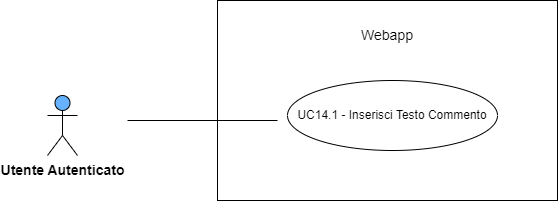
This is images/usecase/UC14_inserimentoTesto.png from Fawy01/Tesi, a draw.io export, as it was before one commit. Source tidied: cells renumbered, new cells last; positions are measured from the earlier drawing's top-left corner, leaving out a move shared by most shapes.
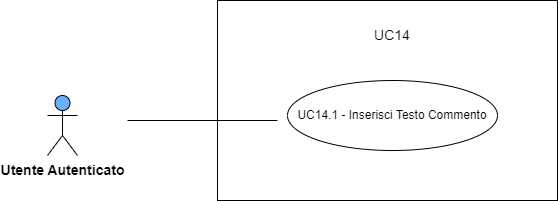
After the change.

What changed in the source:
```diff
@@ -5,8 +5,8 @@
     <mxCell id="2" style="html=1;whiteSpace=wrap;" parent="1" vertex="1">
       <mxGeometry x="170" width="340" height="200" as="geometry" />
     </mxCell>
-    <mxCell id="3" value="&lt;span style=&quot;font-size: 14px;&quot;&gt;Webapp&lt;/span&gt;" style="text;html=1;strokeColor=none;fillColor=none;align=center;verticalAlign=middle;whiteSpace=wrap;rounded=0;" parent="1" vertex="1">
-      <mxGeometry x="310" y="20" width="60" height="30" as="geometry" />
+    <mxCell id="3" value="&lt;span style=&quot;font-size: 14px;&quot;&gt;UC14&lt;/span&gt;" style="text;html=1;strokeColor=none;fillColor=none;align=center;verticalAlign=middle;whiteSpace=wrap;rounded=0;" parent="1" vertex="1">
+      <mxGeometry x="240" y="20" width="200" height="30" as="geometry" />
     </mxCell>
     <mxCell id="4" value="UC14.1 - Inserisci Testo Commento" style="ellipse;whiteSpace=wrap;html=1;" parent="1" vertex="1">
       <mxGeometry x="240" y="80" width="210" height="70" as="geometry" />
```
